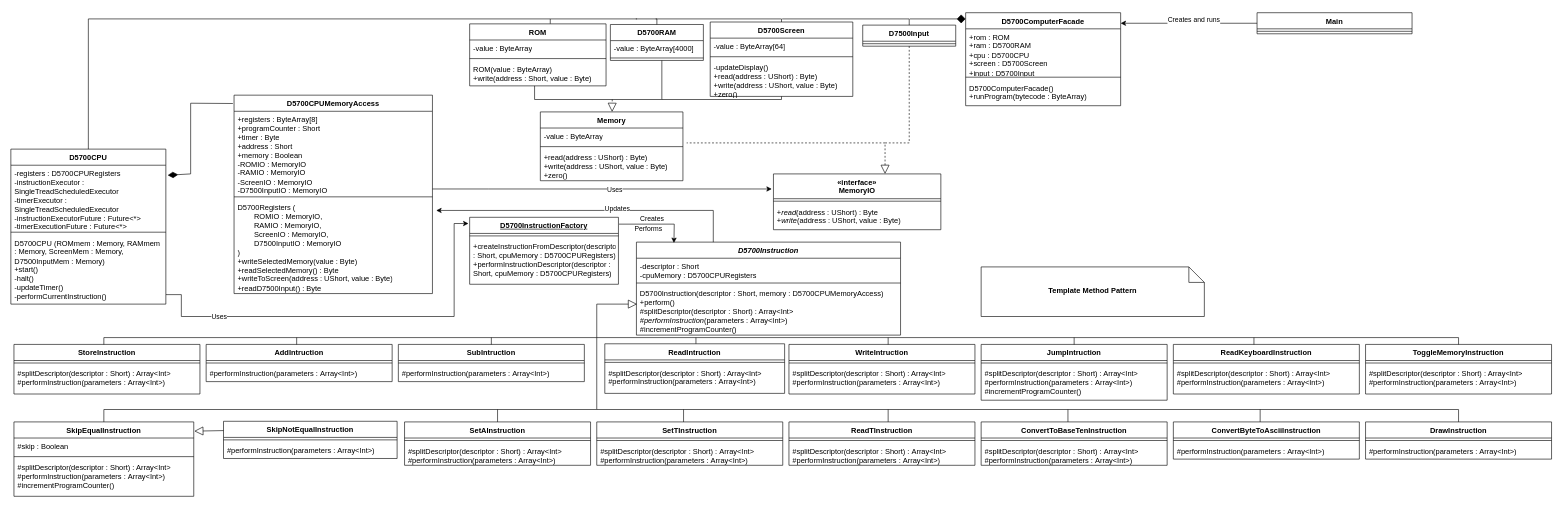
Earlier version of the draw.io diagram UML.drawio (BrodySteidley/cs5700.4). Source tidied: cells renumbered, new cells numbered last; positions are measured from the earlier drawing's top-left corner, leaving out a move shared by most shapes. Both pictures are drawn from the tidied source at 62%, with x=0, y=0 at pixel (11, 12).
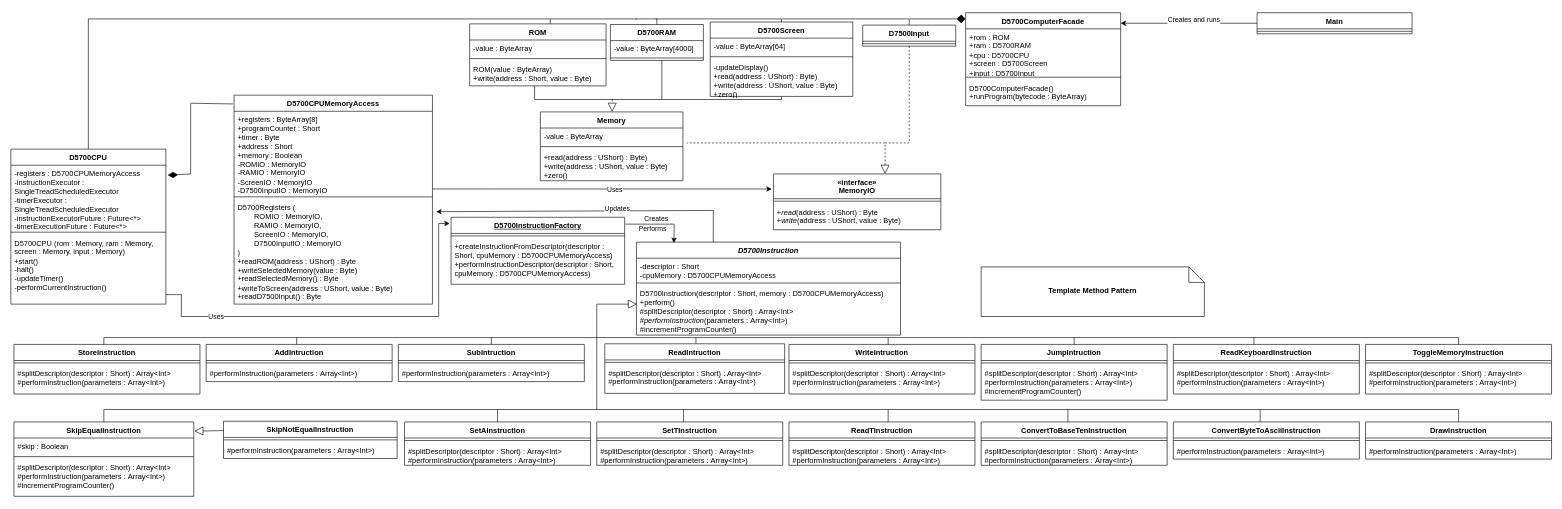
The same diagram, later.

Unchanged cells that the change refers to:
```xml
<mxCell id="2" value="&lt;i&gt;D5700Instruction&lt;/i&gt;" style="swimlane;fontStyle=1;align=center;verticalAlign=top;horizontal=1;startSize=26;whiteSpace=wrap;html=1;" parent="1" vertex="1">
  <mxGeometry x="1009" y="370" width="426" height="150" as="geometry" />
</mxCell>
<mxCell id="6" value="D5700CPU" style="swimlane;fontStyle=1;align=center;verticalAlign=top;horizontal=1;startSize=26;whiteSpace=wrap;html=1;" parent="1" vertex="1">
  <mxGeometry y="220" width="250" height="250" as="geometry" />
</mxCell>
```

The edit, as a diff of the source:
```diff
@@
-    <mxCell id="3" value="-descriptor : Short&lt;div&gt;-cpuMemory : D5700CPURegisters&lt;/div&gt;" style="text;strokeColor=none;fillColor=none;align=left;verticalAlign=top;spacingLeft=4;spacingRight=4;overflow=hidden;whiteSpace=wrap;html=1;" parent="2" vertex="1">
+    <mxCell id="3" value="-descriptor : Short&lt;div&gt;-cpuMemory : D5700CPUMemoryAccess&lt;/div&gt;" style="text;strokeColor=none;fillColor=none;align=left;verticalAlign=top;spacingLeft=4;spacingRight=4;overflow=hidden;whiteSpace=wrap;html=1;" parent="2" vertex="1">
       <mxGeometry y="26" width="426" height="36" as="geometry" />
     </mxCell>
@@
-    <mxCell id="7" value="&lt;div&gt;-registers : D5700CPURegisters&lt;/div&gt;&lt;div&gt;-instructionExecutor : SingleTreadScheduledExecutor&lt;div&gt;-timerExecutor : SingleTreadScheduledExecutor&lt;/div&gt;-instructionExecutorFuture : Future&amp;lt;*&amp;gt;&lt;/div&gt;&lt;div&gt;-timerExecutionFuture : Future&amp;lt;*&amp;gt;&amp;nbsp;&lt;/div&gt;" style="text;strokeColor=none;fillColor=none;align=left;verticalAlign=top;spacingLeft=4;spacingRight=4;overflow=hidden;points=[[0,0.5],[1,0.5]];portConstraint=eastwest;whiteSpace=wrap;html=1;" parent="6" vertex="1">
+    <mxCell id="7" value="&lt;div&gt;-registers : D5700CPUMemoryAccess&lt;/div&gt;&lt;div&gt;-instructionExecutor : SingleTreadScheduledExecutor&lt;div&gt;-timerExecutor : SingleTreadScheduledExecutor&lt;/div&gt;-instructionExecutorFuture : Future&amp;lt;*&amp;gt;&lt;/div&gt;&lt;div&gt;-timerExecutionFuture : Future&amp;lt;*&amp;gt;&amp;nbsp;&lt;/div&gt;" style="text;strokeColor=none;fillColor=none;align=left;verticalAlign=top;spacingLeft=4;spacingRight=4;overflow=hidden;points=[[0,0.5],[1,0.5]];portConstraint=eastwest;whiteSpace=wrap;html=1;" parent="6" vertex="1">
       <mxGeometry y="26" width="250" height="104" as="geometry" />
     </mxCell>
@@
-    <mxCell id="9" value="&lt;div&gt;D5700CPU (ROMmem : Memory, RAMmem : Memory, ScreenMem : Memory, D7500InputMem : Memory)&lt;/div&gt;&lt;div&gt;+start()&lt;/div&gt;&lt;div&gt;-halt()&lt;/div&gt;&lt;div&gt;-updateTimer()&lt;div&gt;-performCurrentInstruction()&lt;/div&gt;&lt;/div&gt;" style="text;strokeColor=none;fillColor=none;align=left;verticalAlign=top;spacingLeft=4;spacingRight=4;overflow=hidden;whiteSpace=wrap;html=1;" parent="6" vertex="1">
+    <mxCell id="9" value="&lt;div&gt;D5700CPU (rom : Memory, ram : Memory, screen : Memory, input : Memory)&lt;/div&gt;&lt;div&gt;+start()&lt;/div&gt;&lt;div&gt;-halt()&lt;/div&gt;&lt;div&gt;-updateTimer()&lt;div&gt;-performCurrentInstruction()&lt;/div&gt;&lt;/div&gt;" style="text;strokeColor=none;fillColor=none;align=left;verticalAlign=top;spacingLeft=4;spacingRight=4;overflow=hidden;whiteSpace=wrap;html=1;" parent="6" vertex="1">
       <mxGeometry y="138" width="250" height="112" as="geometry" />
     </mxCell>
@@
     <mxCell id="96" value="D5700CPUMemoryAccess" style="swimlane;fontStyle=1;align=center;verticalAlign=top;horizontal=1;startSize=26;whiteSpace=wrap;html=1;" parent="1" vertex="1">
-      <mxGeometry x="360" y="133" width="320" height="320" as="geometry" />
+      <mxGeometry x="360" y="133" width="320" height="337" as="geometry" />
     </mxCell>
@@
-    <mxCell id="99" value="&lt;div&gt;D5700Registers (&lt;br&gt;&lt;div&gt;&lt;span style=&quot;white-space: pre;&quot;&gt;&#9;&lt;/span&gt;ROMIO : MemoryIO,&lt;/div&gt;&lt;div&gt;&lt;div&gt;&lt;span style=&quot;white-space: pre;&quot;&gt;&#9;&lt;/span&gt;RAMIO : MemoryIO,&lt;/div&gt;&lt;div&gt;&lt;span style=&quot;white-space: pre;&quot;&gt;&#9;&lt;/span&gt;ScreenIO : MemoryIO,&lt;/div&gt;&lt;div&gt;&lt;span style=&quot;white-space: pre;&quot;&gt;&#9;&lt;/span&gt;D7500InputIO : MemoryIO&lt;/div&gt;&lt;/div&gt;&lt;/div&gt;&lt;div&gt;)&lt;/div&gt;&lt;div&gt;+writeSelectedMemory(value : Byte)&lt;/div&gt;&lt;div&gt;+readSelectedMemory() : Byte&lt;/div&gt;&lt;div&gt;+writeToScreen(address : UShort, value : Byte)&lt;/div&gt;&lt;div&gt;+readD7500Input() : Byte&lt;/div&gt;" style="text;strokeColor=none;fillColor=none;align=left;verticalAlign=top;spacingLeft=4;spacingRight=4;overflow=hidden;points=[[0,0.5],[1,0.5]];portConstraint=eastwest;whiteSpace=wrap;html=1;" parent="96" vertex="1">
-      <mxGeometry y="168" width="320" height="152" as="geometry" />
+    <mxCell id="99" value="&lt;div&gt;D5700Registers (&lt;br&gt;&lt;div&gt;&lt;span style=&quot;white-space: pre;&quot;&gt;&#9;&lt;/span&gt;ROMIO : MemoryIO,&lt;/div&gt;&lt;div&gt;&lt;div&gt;&lt;span style=&quot;white-space: pre;&quot;&gt;&#9;&lt;/span&gt;RAMIO : MemoryIO,&lt;/div&gt;&lt;div&gt;&lt;span style=&quot;white-space: pre;&quot;&gt;&#9;&lt;/span&gt;ScreenIO : MemoryIO,&lt;/div&gt;&lt;div&gt;&lt;span style=&quot;white-space: pre;&quot;&gt;&#9;&lt;/span&gt;D7500InputIO : MemoryIO&lt;/div&gt;&lt;/div&gt;&lt;/div&gt;&lt;div&gt;)&lt;/div&gt;&lt;div&gt;+readROM(address : UShort) : Byte&lt;/div&gt;&lt;div&gt;+writeSelectedMemory(value : Byte)&lt;/div&gt;&lt;div&gt;+readSelectedMemory() : Byte&lt;/div&gt;&lt;div&gt;+writeToScreen(address : UShort, value : Byte)&lt;/div&gt;&lt;div&gt;+readD7500Input() : Byte&lt;/div&gt;" style="text;strokeColor=none;fillColor=none;align=left;verticalAlign=top;spacingLeft=4;spacingRight=4;overflow=hidden;points=[[0,0.5],[1,0.5]];portConstraint=eastwest;whiteSpace=wrap;html=1;" parent="96" vertex="1">
+      <mxGeometry y="168" width="320" height="169" as="geometry" />
     </mxCell>
@@
     <mxCell id="101" style="endArrow=classic;html=1;rounded=0;exitX=1.021;exitY=0.863;exitDx=0;exitDy=0;exitPerimeter=0;endFill=1;entryX=-0.008;entryY=0.093;entryDx=0;entryDy=0;entryPerimeter=0;" parent="1" edge="1" target="128">
       <mxGeometry relative="1" as="geometry">
         <mxPoint x="250.2" y="454.7" as="sourcePoint" />
         <Array as="points">
           <mxPoint x="275" y="454.7" />
           <mxPoint x="275" y="490" />
-          <mxPoint x="715" y="490" />
-          <mxPoint x="715" y="340" />
+          <mxPoint x="690" y="490" />
+          <mxPoint x="690" y="340" />
         </Array>
       </mxGeometry>
     </mxCell>
@@
     <mxCell id="128" value="&lt;u&gt;D5700InstructionFactory&lt;/u&gt;" style="swimlane;fontStyle=1;align=center;verticalAlign=top;horizontal=1;startSize=26;whiteSpace=wrap;html=1;" parent="1" vertex="1">
-      <mxGeometry x="740" y="330" width="240" height="108" as="geometry" />
+      <mxGeometry x="710" y="330" width="280" height="108" as="geometry" />
     </mxCell>
     <mxCell id="129" style="line;strokeWidth=1;fillColor=none;align=left;verticalAlign=middle;spacingTop=-1;spacingLeft=3;spacingRight=3;labelPosition=right;strokeColor=inherit;" parent="128" vertex="1">
-      <mxGeometry y="26" width="240" height="8" as="geometry" />
+      <mxGeometry y="26" width="280" height="8" as="geometry" />
     </mxCell>
-    <mxCell id="130" value="&lt;div&gt;+createInstructionFromDescriptor(descriptor : Short, cpuMemory : D5700CPURegisters)&lt;/div&gt;&lt;div&gt;+performInstructionDescriptor(descriptor : Short, cpuMemory : D5700CPURegisters)&lt;/div&gt;&lt;div&gt;&lt;br&gt;&lt;/div&gt;" style="text;strokeColor=none;fillColor=none;align=left;verticalAlign=top;spacingLeft=4;spacingRight=4;overflow=hidden;whiteSpace=wrap;html=1;" parent="128" vertex="1">
-      <mxGeometry y="34" width="240" height="74" as="geometry" />
+    <mxCell id="130" value="&lt;div&gt;+createInstructionFromDescriptor(descriptor : Short, cpuMemory : D5700CPUMemoryAccess)&lt;/div&gt;&lt;div&gt;+performInstructionDescriptor(descriptor : Short, cpuMemory : D5700CPUMemoryAccess)&lt;/div&gt;&lt;div&gt;&lt;br&gt;&lt;/div&gt;" style="text;strokeColor=none;fillColor=none;align=left;verticalAlign=top;spacingLeft=4;spacingRight=4;overflow=hidden;whiteSpace=wrap;html=1;" parent="128" vertex="1">
+      <mxGeometry y="34" width="280" height="74" as="geometry" />
     </mxCell>
```
